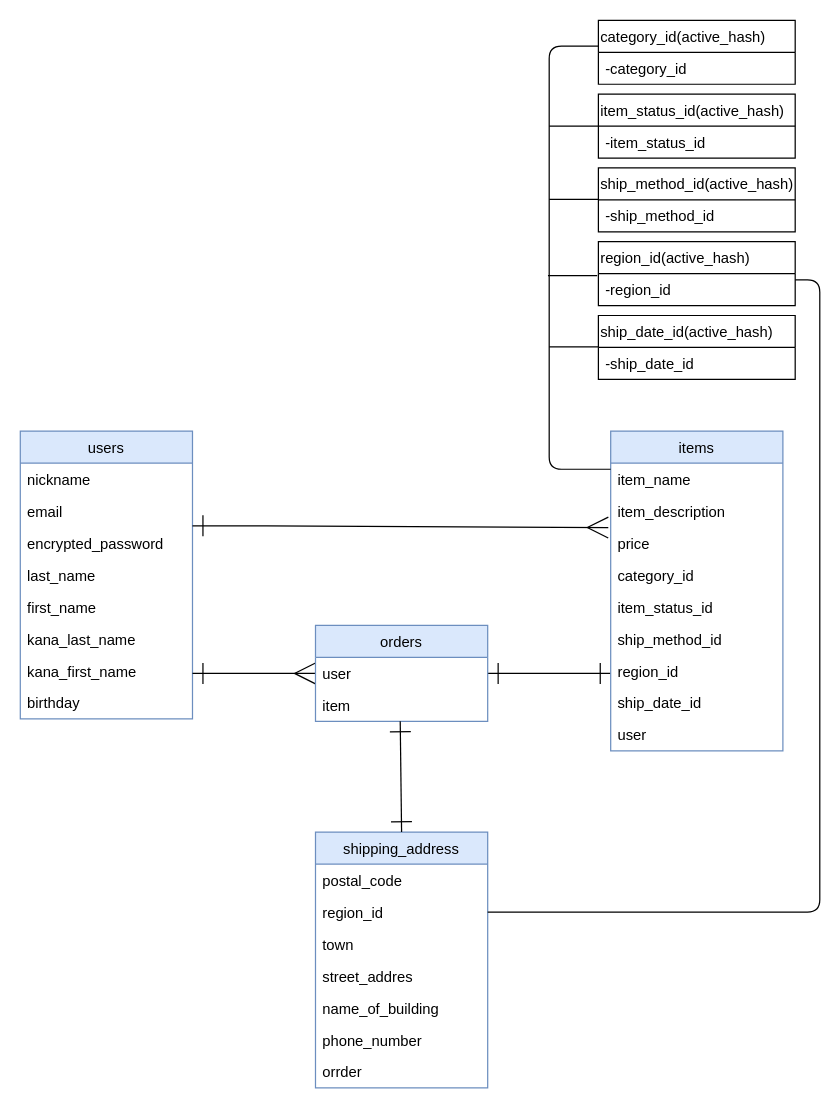
zskzsk92/furima-38721 keeps this draw.io diagram as ER.dio. Above is the earlier version. Source tidied: cells renumbered, new cells numbered last; positions are measured from the earlier drawing's top-left corner, leaving out a move shared by most shapes. Both pictures are drawn from the tidied source at 123%, with x=0, y=0 at pixel (20, 20).
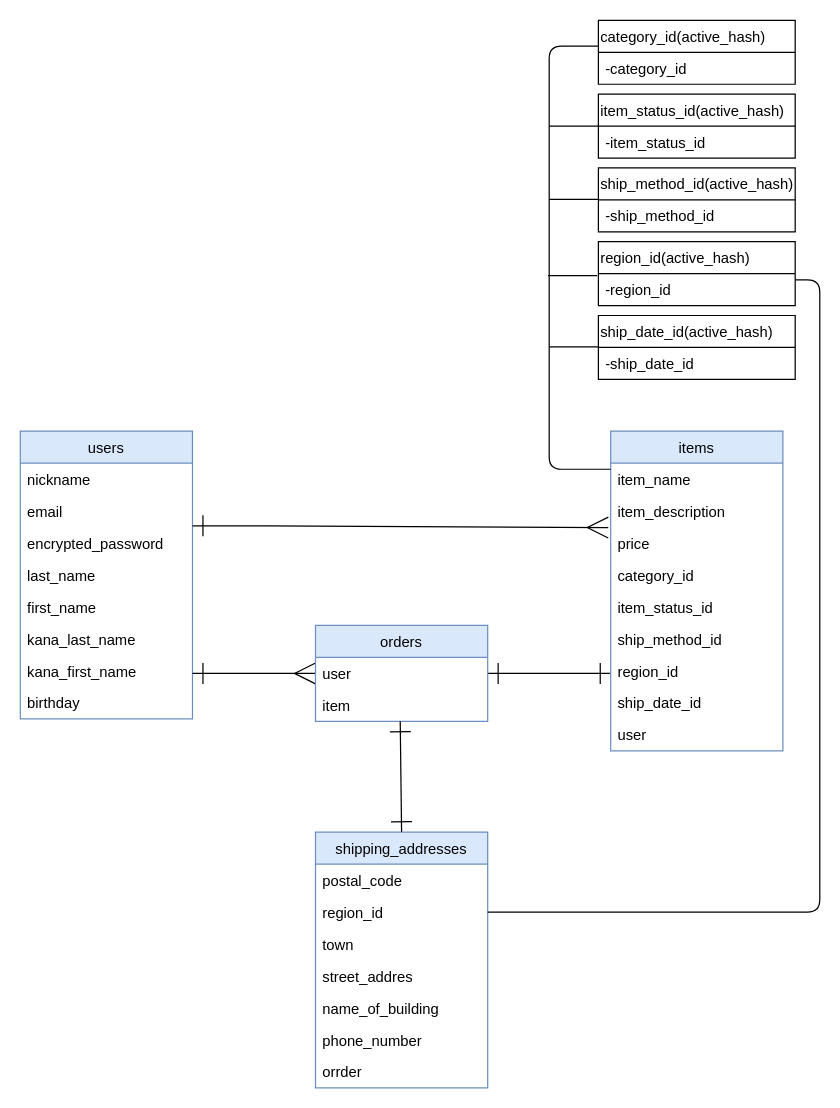
The same diagram, later.

Commit message (it also covers changes not shown here):
ER図・READMEの修正3

The edit, as a diff of the source:
```diff
@@
-    <mxCell id="22" value="shipping_address" style="swimlane;fontStyle=0;horizontal=1;startSize=26;fillColor=#dae8fc;strokeColor=#6c8ebf;" parent="1" vertex="1">
+    <mxCell id="22" value="shipping_addresses" style="swimlane;fontStyle=0;horizontal=1;startSize=26;fillColor=#dae8fc;strokeColor=#6c8ebf;" parent="1" vertex="1">
       <mxGeometry x="240" y="660" width="140" height="208" as="geometry" />
     </mxCell>
```
